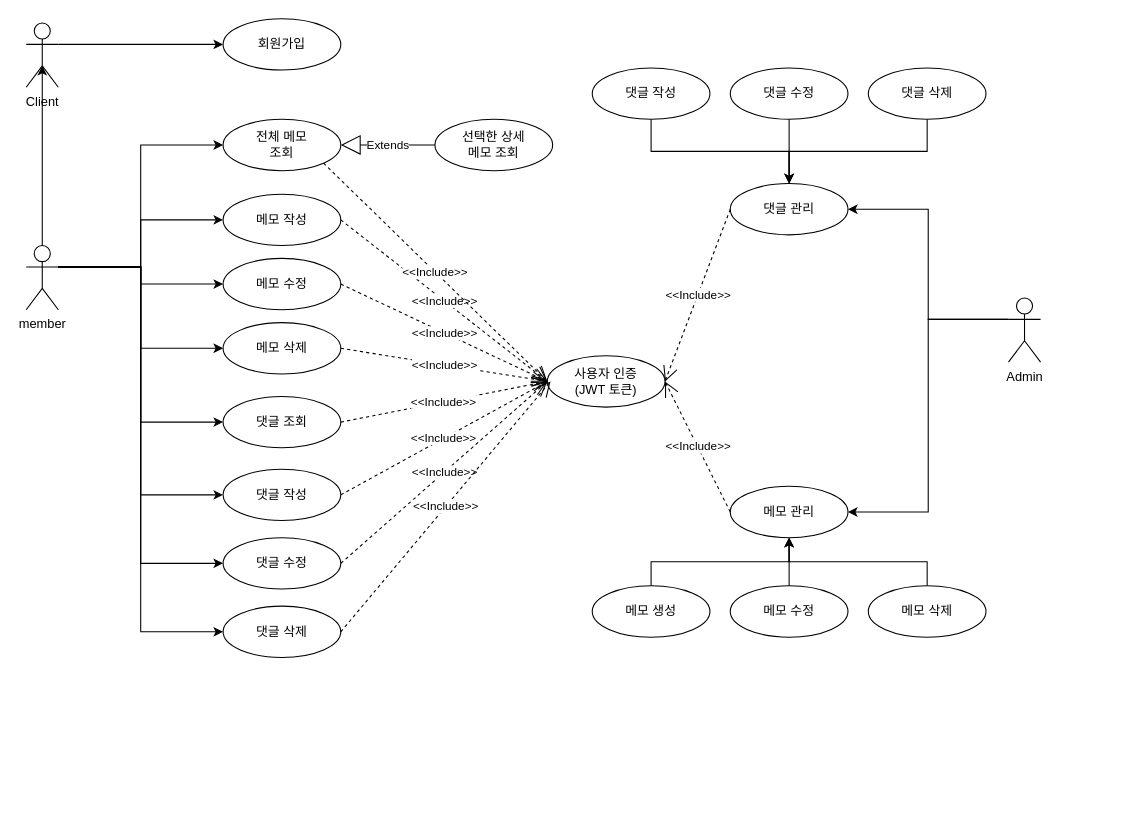
ImJcm/Spring-Memo keeps this draw.io diagram as spring-memo-usecase.drawio. Above is the earlier version. Source tidied: cells renumbered, new cells numbered last; positions are measured from the earlier drawing's top-left corner, leaving out a move shared by most shapes. Both pictures are drawn from the tidied source at 107%, with x=0, y=0 at pixel (26, 18).
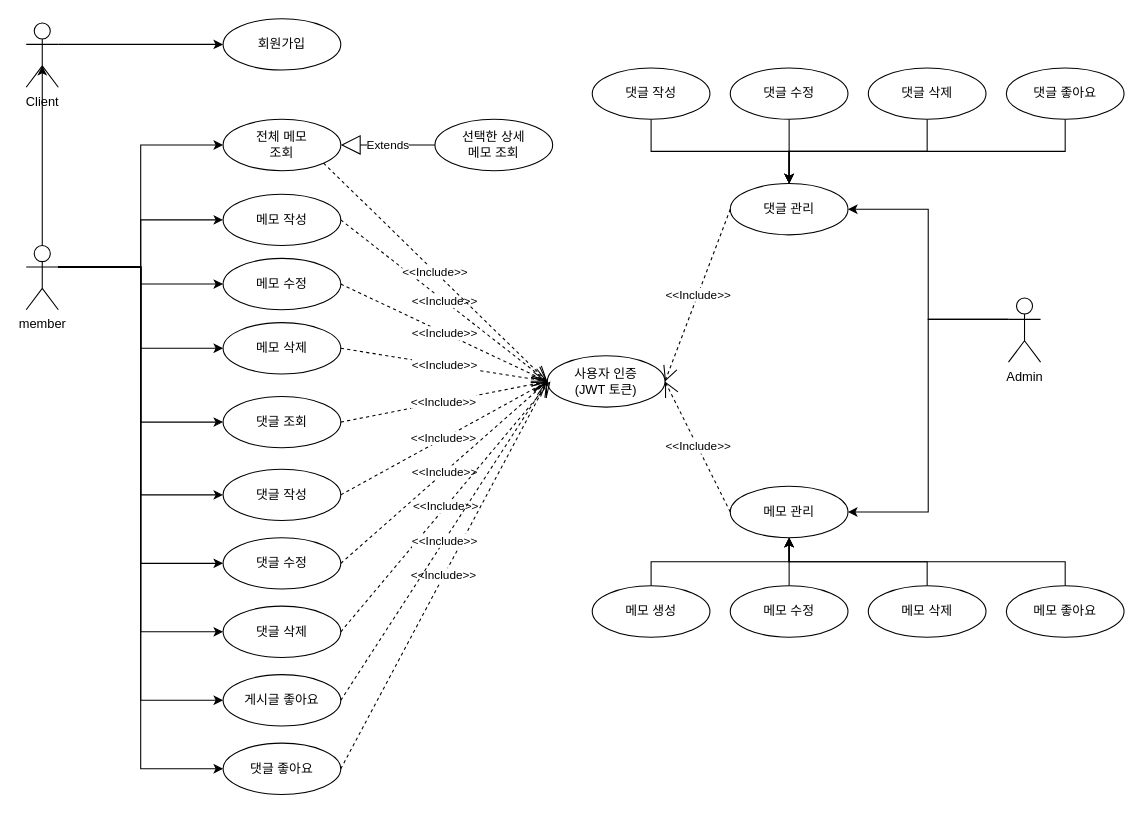
The same page after the edit.

The change refers to these unchanged cells:
```xml
<mxCell id="15" value="사용자 인증&lt;br&gt;(JWT 토큰)" style="ellipse;whiteSpace=wrap;html=1;" parent="1" vertex="1">
  <mxGeometry x="487" y="315" width="110" height="48" as="geometry" />
</mxCell>
<mxCell id="23" value="member" style="shape=umlActor;verticalLabelPosition=bottom;verticalAlign=top;html=1;" parent="1" vertex="1">
  <mxGeometry y="212" width="30" height="60" as="geometry" />
</mxCell>
<mxCell id="37" value="메모 관리" style="ellipse;whiteSpace=wrap;html=1;" parent="1" vertex="1">
  <mxGeometry x="658" y="437" width="110" height="48" as="geometry" />
</mxCell>
<mxCell id="38" value="댓글 관리" style="ellipse;whiteSpace=wrap;html=1;" parent="1" vertex="1">
  <mxGeometry x="658" y="154" width="110" height="48" as="geometry" />
</mxCell>
```

The edit, as a diff of the source:
```diff
@@
+    <mxCell id="53" style="edgeStyle=orthogonalEdgeStyle;rounded=0;jettySize=auto;html=1;exitX=1;exitY=0.3333333333333333;exitDx=0;exitDy=0;exitPerimeter=0;entryX=0;entryY=0.5;entryDx=0;entryDy=0;" parent="1" edge="1" source="23" target="55">
+      <mxGeometry relative="1" as="geometry" />
+    </mxCell>
+    <mxCell id="54" style="edgeStyle=orthogonalEdgeStyle;rounded=0;jettySize=auto;html=1;exitX=1;exitY=0.3333333333333333;exitDx=0;exitDy=0;exitPerimeter=0;entryX=0;entryY=0.5;entryDx=0;entryDy=0;" parent="1" edge="1" source="23" target="56">
+      <mxGeometry relative="1" as="geometry" />
+    </mxCell>
@@
+    <mxCell id="55" value="게시글 좋아요" style="ellipse;whiteSpace=wrap;html=1;" parent="1" vertex="1">
+      <mxGeometry x="184" y="613" width="110" height="48" as="geometry" />
+    </mxCell>
+    <mxCell id="56" value="댓글 좋아요" style="ellipse;whiteSpace=wrap;html=1;" parent="1" vertex="1">
+      <mxGeometry x="184" y="677" width="110" height="48" as="geometry" />
+    </mxCell>
+    <mxCell id="57" value="&amp;lt;&amp;lt;Include&amp;gt;&amp;gt;" style="endArrow=open;endSize=12;dashed=1;html=1;rounded=0;exitX=1;exitY=0.5;exitDx=0;exitDy=0;entryX=0;entryY=0.5;entryDx=0;entryDy=0;" parent="1" edge="1" source="56" target="15">
+      <mxGeometry relative="1" as="geometry" />
+    </mxCell>
+    <mxCell id="58" value="&amp;lt;&amp;lt;Include&amp;gt;&amp;gt;" style="endArrow=open;endSize=12;dashed=1;html=1;rounded=0;exitX=1;exitY=0.5;exitDx=0;exitDy=0;entryX=0;entryY=0.5;entryDx=0;entryDy=0;" parent="1" edge="1" source="55" target="15">
+      <mxGeometry relative="1" as="geometry" />
+    </mxCell>
+    <mxCell id="59" style="edgeStyle=orthogonalEdgeStyle;rounded=0;jettySize=auto;html=1;exitX=0.5;exitY=1;exitDx=0;exitDy=0;entryX=0.5;entryY=0;entryDx=0;entryDy=0;" parent="1" edge="1" source="60" target="38">
+      <mxGeometry relative="1" as="geometry" />
+    </mxCell>
+    <mxCell id="60" value="댓글 좋아요" style="ellipse;whiteSpace=wrap;html=1;" parent="1" vertex="1">
+      <mxGeometry x="916" y="46" width="110" height="48" as="geometry" />
+    </mxCell>
+    <mxCell id="61" style="edgeStyle=orthogonalEdgeStyle;rounded=0;jettySize=auto;html=1;exitX=0.5;exitY=0;exitDx=0;exitDy=0;entryX=0.5;entryY=1;entryDx=0;entryDy=0;" parent="1" edge="1" source="62" target="37">
+      <mxGeometry relative="1" as="geometry" />
+    </mxCell>
+    <mxCell id="62" value="메모 좋아요" style="ellipse;whiteSpace=wrap;html=1;" parent="1" vertex="1">
+      <mxGeometry x="916" y="530" width="110" height="48" as="geometry" />
+    </mxCell>
```
